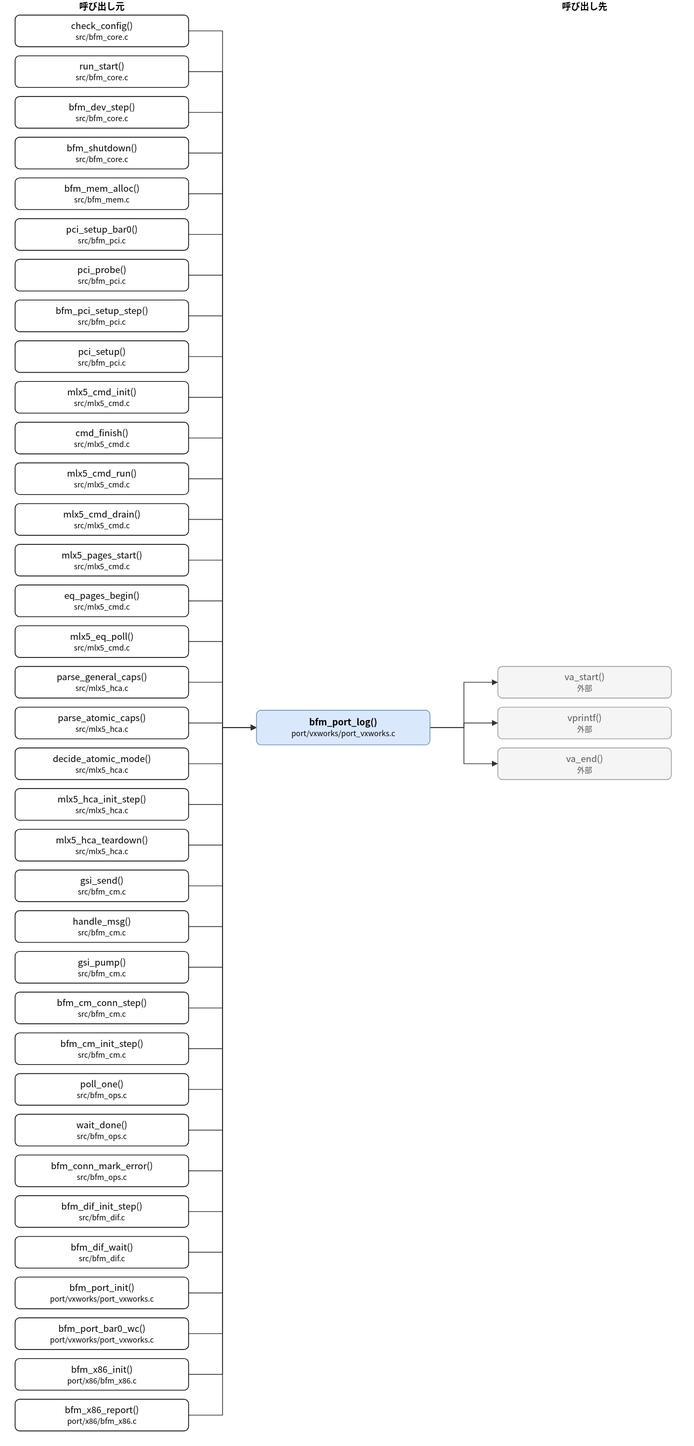
hf355051012-ai/bfmem keeps this draw.io diagram as doc/spec/images/call_port_vxworks_port_vxworks-bfm_port_log.drawio.svg. Above is the earlier version. Source tidied: cells renumbered, new cells last; positions are measured from the earlier drawing's top-left corner, leaving out a move shared by most shapes.
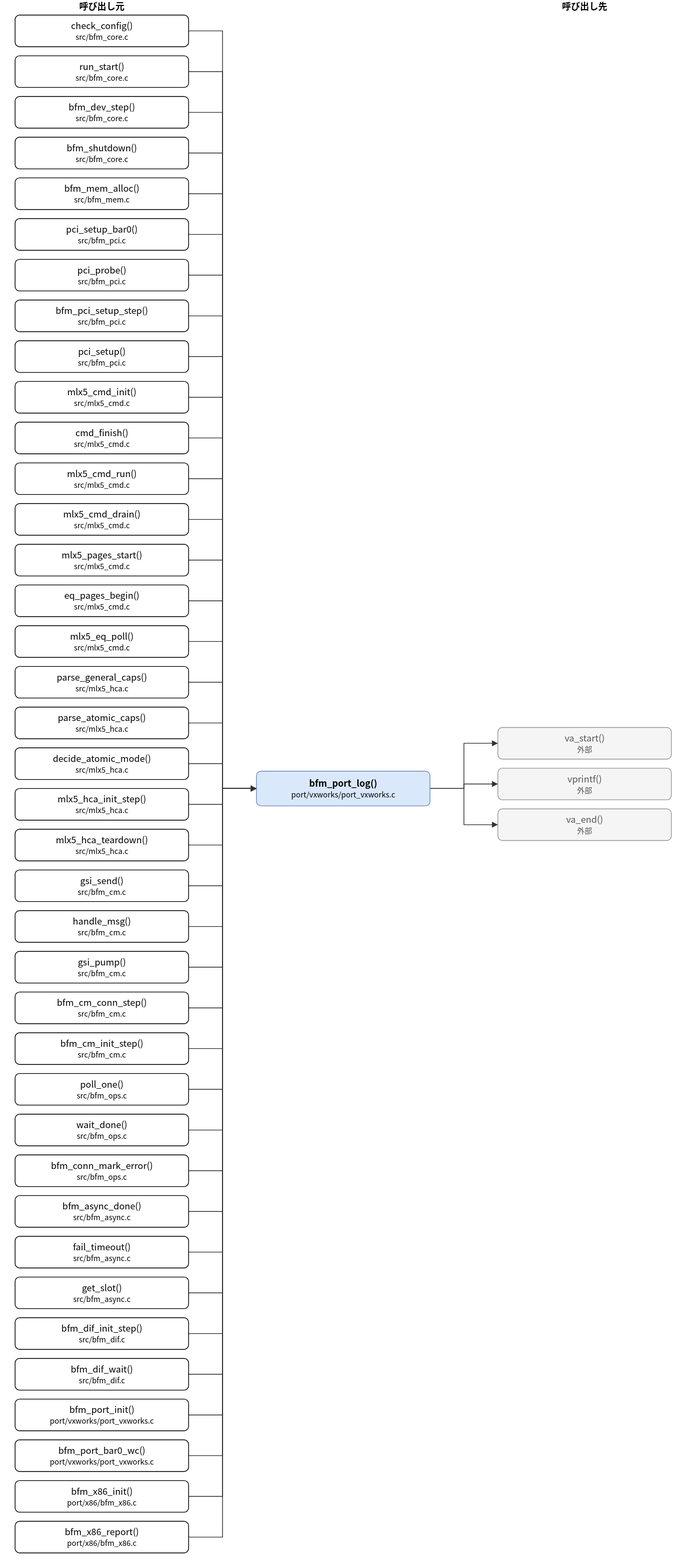
After the commit.

Diff of the diagram source:
```diff
@@ -3,7 +3,7 @@
     <mxCell id="0" />
     <mxCell id="1" parent="0" />
     <mxCell id="2" value="bfm_port_log()&lt;br&gt;&lt;font style=&quot;font-size:10px&quot;&gt;port/vxworks/port_vxworks.c&lt;/font&gt;" style="rounded=1;whiteSpace=wrap;html=1;fillColor=#dae8fc;strokeColor=#6c8ebf;fontStyle=1;" parent="1" vertex="1">
-      <mxGeometry x="320" y="942" width="230" height="46" as="geometry" />
+      <mxGeometry x="320" y="1023" width="230" height="46" as="geometry" />
     </mxCell>
     <mxCell id="3" value="check_config()&lt;br&gt;&lt;font style=&quot;font-size:10px&quot;&gt;src/bfm_core.c&lt;/font&gt;" style="rounded=1;whiteSpace=wrap;html=1;" parent="1" vertex="1">
       <mxGeometry y="20" width="230" height="42" as="geometry" />
@@ -92,38 +92,47 @@
     <mxCell id="31" value="bfm_conn_mark_error()&lt;br&gt;&lt;font style=&quot;font-size:10px&quot;&gt;src/bfm_ops.c&lt;/font&gt;" style="rounded=1;whiteSpace=wrap;html=1;" parent="1" vertex="1">
       <mxGeometry y="1532" width="230" height="42" as="geometry" />
     </mxCell>
-    <mxCell id="32" value="bfm_dif_init_step()&lt;br&gt;&lt;font style=&quot;font-size:10px&quot;&gt;src/bfm_dif.c&lt;/font&gt;" style="rounded=1;whiteSpace=wrap;html=1;" parent="1" vertex="1">
+    <mxCell id="32" value="bfm_async_done()&lt;br&gt;&lt;font style=&quot;font-size:10px&quot;&gt;src/bfm_async.c&lt;/font&gt;" style="rounded=1;whiteSpace=wrap;html=1;" parent="1" vertex="1">
       <mxGeometry y="1586" width="230" height="42" as="geometry" />
     </mxCell>
-    <mxCell id="33" value="bfm_dif_wait()&lt;br&gt;&lt;font style=&quot;font-size:10px&quot;&gt;src/bfm_dif.c&lt;/font&gt;" style="rounded=1;whiteSpace=wrap;html=1;" parent="1" vertex="1">
+    <mxCell id="33" value="fail_timeout()&lt;br&gt;&lt;font style=&quot;font-size:10px&quot;&gt;src/bfm_async.c&lt;/font&gt;" style="rounded=1;whiteSpace=wrap;html=1;" parent="1" vertex="1">
       <mxGeometry y="1640" width="230" height="42" as="geometry" />
     </mxCell>
-    <mxCell id="34" value="bfm_port_init()&lt;br&gt;&lt;font style=&quot;font-size:10px&quot;&gt;port/vxworks/port_vxworks.c&lt;/font&gt;" style="rounded=1;whiteSpace=wrap;html=1;" parent="1" vertex="1">
+    <mxCell id="34" value="get_slot()&lt;br&gt;&lt;font style=&quot;font-size:10px&quot;&gt;src/bfm_async.c&lt;/font&gt;" style="rounded=1;whiteSpace=wrap;html=1;" parent="1" vertex="1">
       <mxGeometry y="1694" width="230" height="42" as="geometry" />
     </mxCell>
-    <mxCell id="35" value="bfm_port_bar0_wc()&lt;br&gt;&lt;font style=&quot;font-size:10px&quot;&gt;port/vxworks/port_vxworks.c&lt;/font&gt;" style="rounded=1;whiteSpace=wrap;html=1;" parent="1" vertex="1">
+    <mxCell id="35" value="bfm_dif_init_step()&lt;br&gt;&lt;font style=&quot;font-size:10px&quot;&gt;src/bfm_dif.c&lt;/font&gt;" style="rounded=1;whiteSpace=wrap;html=1;" parent="1" vertex="1">
       <mxGeometry y="1748" width="230" height="42" as="geometry" />
     </mxCell>
-    <mxCell id="36" value="bfm_x86_init()&lt;br&gt;&lt;font style=&quot;font-size:10px&quot;&gt;port/x86/bfm_x86.c&lt;/font&gt;" style="rounded=1;whiteSpace=wrap;html=1;" parent="1" vertex="1">
+    <mxCell id="36" value="bfm_dif_wait()&lt;br&gt;&lt;font style=&quot;font-size:10px&quot;&gt;src/bfm_dif.c&lt;/font&gt;" style="rounded=1;whiteSpace=wrap;html=1;" parent="1" vertex="1">
       <mxGeometry y="1802" width="230" height="42" as="geometry" />
     </mxCell>
-    <mxCell id="37" value="bfm_x86_report()&lt;br&gt;&lt;font style=&quot;font-size:10px&quot;&gt;port/x86/bfm_x86.c&lt;/font&gt;" style="rounded=1;whiteSpace=wrap;html=1;" parent="1" vertex="1">
+    <mxCell id="37" value="bfm_port_init()&lt;br&gt;&lt;font style=&quot;font-size:10px&quot;&gt;port/vxworks/port_vxworks.c&lt;/font&gt;" style="rounded=1;whiteSpace=wrap;html=1;" parent="1" vertex="1">
       <mxGeometry y="1856" width="230" height="42" as="geometry" />
     </mxCell>
+    <mxCell id="81" value="bfm_port_bar0_wc()&lt;br&gt;&lt;font style=&quot;font-size:10px&quot;&gt;port/vxworks/port_vxworks.c&lt;/font&gt;" style="rounded=1;whiteSpace=wrap;html=1;" parent="1" vertex="1">
+      <mxGeometry y="1910" width="230" height="42" as="geometry" />
+    </mxCell>
+    <mxCell id="82" value="bfm_x86_init()&lt;br&gt;&lt;font style=&quot;font-size:10px&quot;&gt;port/x86/bfm_x86.c&lt;/font&gt;" style="rounded=1;whiteSpace=wrap;html=1;" parent="1" vertex="1">
+      <mxGeometry y="1964" width="230" height="42" as="geometry" />
+    </mxCell>
+    <mxCell id="83" value="bfm_x86_report()&lt;br&gt;&lt;font style=&quot;font-size:10px&quot;&gt;port/x86/bfm_x86.c&lt;/font&gt;" style="rounded=1;whiteSpace=wrap;html=1;" parent="1" vertex="1">
+      <mxGeometry y="2018" width="230" height="42" as="geometry" />
+    </mxCell>
     <mxCell id="38" value="va_start()&lt;br&gt;&lt;font style=&quot;font-size:10px&quot;&gt;外部&lt;/font&gt;" style="rounded=1;whiteSpace=wrap;html=1;fillColor=#f5f5f5;strokeColor=#999999;fontColor=#555555;" parent="1" vertex="1">
-      <mxGeometry x="640" y="884" width="230" height="42" as="geometry" />
+      <mxGeometry x="640" y="965" width="230" height="42" as="geometry" />
     </mxCell>
     <mxCell id="39" value="vprintf()&lt;br&gt;&lt;font style=&quot;font-size:10px&quot;&gt;外部&lt;/font&gt;" style="rounded=1;whiteSpace=wrap;html=1;fillColor=#f5f5f5;strokeColor=#999999;fontColor=#555555;" parent="1" vertex="1">
-      <mxGeometry x="640" y="938" width="230" height="42" as="geometry" />
+      <mxGeometry x="640" y="1019" width="230" height="42" as="geometry" />
     </mxCell>
     <mxCell id="40" value="va_end()&lt;br&gt;&lt;font style=&quot;font-size:10px&quot;&gt;外部&lt;/font&gt;" style="rounded=1;whiteSpace=wrap;html=1;fillColor=#f5f5f5;strokeColor=#999999;fontColor=#555555;" parent="1" vertex="1">
-      <mxGeometry x="640" y="992" width="230" height="42" as="geometry" />
+      <mxGeometry x="640" y="1073" width="230" height="42" as="geometry" />
     </mxCell>
     <mxCell id="41" style="edgeStyle=none;html=1;rounded=0;endArrow=block;endFill=1;exitX=1.0000;exitY=0.5000;exitDx=0;exitDy=0;exitPerimeter=0;entryX=0.0000;entryY=0.5000;entryDx=0;entryDy=0;entryPerimeter=0;" parent="1" edge="1" source="3" target="2">
       <mxGeometry relative="1" as="geometry">
         <Array as="points">
           <mxPoint x="275" y="41" />
-          <mxPoint x="275" y="965" />
+          <mxPoint x="275" y="1046" />
         </Array>
       </mxGeometry>
     </mxCell>
@@ -131,7 +140,7 @@
       <mxGeometry relative="1" as="geometry">
         <Array as="points">
           <mxPoint x="275" y="95" />
-          <mxPoint x="275" y="965" />
+          <mxPoint x="275" y="1046" />
         </Array>
       </mxGeometry>
     </mxCell>
@@ -139,7 +148,7 @@
       <mxGeometry relative="1" as="geometry">
         <Array as="points">
           <mxPoint x="275" y="149" />
-          <mxPoint x="275" y="965" />
+          <mxPoint x="275" y="1046" />
         </Array>
       </mxGeometry>
     </mxCell>
@@ -147,7 +156,7 @@
       <mxGeometry relative="1" as="geometry">
         <Array as="points">
           <mxPoint x="275" y="203" />
-          <mxPoint x="275" y="965" />
+          <mxPoint x="275" y="1046" />
         </Array>
       </mxGeometry>
     </mxCell>
@@ -155,7 +164,7 @@
       <mxGeometry relative="1" as="geometry">
         <Array as="points">
           <mxPoint x="275" y="257" />
-          <mxPoint x="275" y="965" />
+          <mxPoint x="275" y="1046" />
         </Array>
       </mxGeometry>
     </mxCell>
@@ -163,7 +172,7 @@
       <mxGeometry relative="1" as="geometry">
         <Array as="points">
           <mxPoint x="275" y="311" />
-          <mxPoint x="275" y="965" />
+          <mxPoint x="275" y="1046" />
         </Array>
       </mxGeometry>
     </mxCell>
@@ -171,7 +180,7 @@
       <mxGeometry relative="1" as="geometry">
         <Array as="points">
           <mxPoint x="275" y="365" />
-          <mxPoint x="275" y="965" />
+          <mxPoint x="275" y="1046" />
         </Array>
       </mxGeometry>
     </mxCell>
@@ -179,7 +188,7 @@
       <mxGeometry relative="1" as="geometry">
         <Array as="points">
           <mxPoint x="275" y="419" />
-          <mxPoint x="275" y="965" />
+          <mxPoint x="275" y="1046" />
         </Array>
       </mxGeometry>
     </mxCell>
@@ -187,7 +196,7 @@
       <mxGeometry relative="1" as="geometry">
         <Array as="points">
           <mxPoint x="275" y="473" />
-          <mxPoint x="275" y="965" />
+          <mxPoint x="275" y="1046" />
         </Array>
       </mxGeometry>
     </mxCell>
@@ -195,7 +204,7 @@
       <mxGeometry relative="1" as="geometry">
         <Array as="points">
           <mxPoint x="275" y="527" />
-          <mxPoint x="275" y="965" />
+          <mxPoint x="275" y="1046" />
         </Array>
       </mxGeometry>
     </mxCell>
@@ -203,7 +212,7 @@
       <mxGeometry relative="1" as="geometry">
         <Array as="points">
           <mxPoint x="275" y="581" />
-          <mxPoint x="275" y="965" />
+          <mxPoint x="275" y="1046" />
         </Array>
       </mxGeometry>
     </mxCell>
@@ -211,7 +220,7 @@
       <mxGeometry relative="1" as="geometry">
         <Array as="points">
           <mxPoint x="275" y="635" />
-          <mxPoint x="275" y="965" />
+          <mxPoint x="275" y="1046" />
         </Array>
       </mxGeometry>
     </mxCell>
@@ -219,7 +228,7 @@
       <mxGeometry relative="1" as="geometry">
         <Array as="points">
           <mxPoint x="275" y="689" />
-          <mxPoint x="275" y="965" />
+          <mxPoint x="275" y="1046" />
         </Array>
       </mxGeometry>
     </mxCell>
@@ -227,7 +236,7 @@
       <mxGeometry relative="1" as="geometry">
         <Array as="points">
           <mxPoint x="275" y="743" />
-          <mxPoint x="275" y="965" />
+          <mxPoint x="275" y="1046" />
         </Array>
       </mxGeometry>
     </mxCell>
@@ -235,7 +244,7 @@
       <mxGeometry relative="1" as="geometry">
         <Array as="points">
           <mxPoint x="275" y="797" />
-          <mxPoint x="275" y="965" />
+          <mxPoint x="275" y="1046" />
         </Array>
       </mxGeometry>
     </mxCell>
@@ -243,7 +252,7 @@
       <mxGeometry relative="1" as="geometry">
         <Array as="points">
           <mxPoint x="275" y="851" />
-          <mxPoint x="275" y="965" />
+          <mxPoint x="275" y="1046" />
         </Array>
       </mxGeometry>
     </mxCell>
@@ -251,7 +260,7 @@
       <mxGeometry relative="1" as="geometry">
         <Array as="points">
           <mxPoint x="275" y="905" />
-          <mxPoint x="275" y="965" />
+          <mxPoint x="275" y="1046" />
         </Array>
       </mxGeometry>
     </mxCell>
@@ -259,7 +268,7 @@
       <mxGeometry relative="1" as="geometry">
         <Array as="points">
           <mxPoint x="275" y="959" />
-          <mxPoint x="275" y="965" />
+          <mxPoint x="275" y="1046" />
         </Array>
       </mxGeometry>
     </mxCell>
@@ -267,7 +276,7 @@
       <mxGeometry relative="1" as="geometry">
         <Array as="points">
           <mxPoint x="275" y="1013" />
-          <mxPoint x="275" y="965" />
+          <mxPoint x="275" y="1046" />
         </Array>
       </mxGeometry>
     </mxCell>
@@ -275,7 +284,7 @@
       <mxGeometry relative="1" as="geometry">
         <Array as="points">
           <mxPoint x="275" y="1067" />
-          <mxPoint x="275" y="965" />
+          <mxPoint x="275" y="1046" />
         </Array>
       </mxGeometry>
     </mxCell>
@@ -283,7 +292,7 @@
       <mxGeometry relative="1" as="geometry">
         <Array as="points">
           <mxPoint x="275" y="1121" />
-          <mxPoint x="275" y="965" />
+          <mxPoint x="275" y="1046" />
         </Array>
       </mxGeometry>
     </mxCell>
@@ -291,7 +300,7 @@
       <mxGeometry relative="1" as="geometry">
         <Array as="points">
           <mxPoint x="275" y="1175" />
-          <mxPoint x="275" y="965" />
+          <mxPoint x="275" y="1046" />
         </Array>
       </mxGeometry>
     </mxCell>
@@ -299,7 +308,7 @@
       <mxGeometry relative="1" as="geometry">
         <Array as="points">
           <mxPoint x="275" y="1229" />
-          <mxPoint x="275" y="965" />
+          <mxPoint x="275" y="1046" />
         </Array>
       </mxGeometry>
     </mxCell>
@@ -307,7 +316,7 @@
       <mxGeometry relative="1" as="geometry">
         <Array as="points">
           <mxPoint x="275" y="1283" />
-          <mxPoint x="275" y="965" />
+          <mxPoint x="275" y="1046" />
         </Array>
       </mxGeometry>
     </mxCell>
@@ -315,7 +324,7 @@
       <mxGeometry relative="1" as="geometry">
         <Array as="points">
           <mxPoint x="275" y="1337" />
-          <mxPoint x="275" y="965" />
+          <mxPoint x="275" y="1046" />
         </Array>
       </mxGeometry>
     </mxCell>
@@ -323,7 +332,7 @@
       <mxGeometry relative="1" as="geometry">
         <Array as="points">
           <mxPoint x="275" y="1391" />
-          <mxPoint x="275" y="965" />
+          <mxPoint x="275" y="1046" />
         </Array>
       </mxGeometry>
     </mxCell>
@@ -331,7 +340,7 @@
       <mxGeometry relative="1" as="geometry">
         <Array as="points">
           <mxPoint x="275" y="1445" />
-          <mxPoint x="275" y="965" />
+          <mxPoint x="275" y="1046" />
         </Array>
       </mxGeometry>
     </mxCell>
@@ -339,7 +348,7 @@
       <mxGeometry relative="1" as="geometry">
         <Array as="points">
           <mxPoint x="275" y="1499" />
-          <mxPoint x="275" y="965" />
+          <mxPoint x="275" y="1046" />
         </Array>
       </mxGeometry>
     </mxCell>
@@ -347,7 +356,7 @@
       <mxGeometry relative="1" as="geometry">
         <Array as="points">
           <mxPoint x="275" y="1553" />
-          <mxPoint x="275" y="965" />
+          <mxPoint x="275" y="1046" />
         </Array>
       </mxGeometry>
     </mxCell>
@@ -355,7 +364,7 @@
       <mxGeometry relative="1" as="geometry">
         <Array as="points">
           <mxPoint x="275" y="1607" />
-          <mxPoint x="275" y="965" />
+          <mxPoint x="275" y="1046" />
         </Array>
       </mxGeometry>
     </mxCell>
@@ -363,7 +372,7 @@
       <mxGeometry relative="1" as="geometry">
         <Array as="points">
           <mxPoint x="275" y="1661" />
-          <mxPoint x="275" y="965" />
+          <mxPoint x="275" y="1046" />
         </Array>
       </mxGeometry>
     </mxCell>
@@ -371,7 +380,7 @@
       <mxGeometry relative="1" as="geometry">
         <Array as="points">
           <mxPoint x="275" y="1715" />
-          <mxPoint x="275" y="965" />
+          <mxPoint x="275" y="1046" />
         </Array>
       </mxGeometry>
     </mxCell>
@@ -379,7 +388,7 @@
       <mxGeometry relative="1" as="geometry">
         <Array as="points">
           <mxPoint x="275" y="1769" />
-          <mxPoint x="275" y="965" />
+          <mxPoint x="275" y="1046" />
         </Array>
       </mxGeometry>
     </mxCell>
@@ -387,7 +396,7 @@
       <mxGeometry relative="1" as="geometry">
         <Array as="points">
           <mxPoint x="275" y="1823" />
-          <mxPoint x="275" y="965" />
+          <mxPoint x="275" y="1046" />
         </Array>
       </mxGeometry>
     </mxCell>
@@ -395,34 +404,58 @@
       <mxGeometry relative="1" as="geometry">
         <Array as="points">
           <mxPoint x="275" y="1877" />
-          <mxPoint x="275" y="965" />
+          <mxPoint x="275" y="1046" />
         </Array>
       </mxGeometry>
     </mxCell>
-    <mxCell id="76" style="edgeStyle=none;html=1;rounded=0;endArrow=block;endFill=1;exitX=1.0000;exitY=0.5000;exitDx=0;exitDy=0;exitPerimeter=0;entryX=0.0000;entryY=0.5000;entryDx=0;entryDy=0;entryPerimeter=0;" parent="1" edge="1" source="2" target="38">
+    <mxCell id="76" style="edgeStyle=none;html=1;rounded=0;endArrow=block;endFill=1;exitX=1.0000;exitY=0.5000;exitDx=0;exitDy=0;exitPerimeter=0;entryX=0.0000;entryY=0.5000;entryDx=0;entryDy=0;entryPerimeter=0;" parent="1" edge="1" source="81" target="2">
       <mxGeometry relative="1" as="geometry">
         <Array as="points">
-          <mxPoint x="595" y="965" />
-          <mxPoint x="595" y="905" />
+          <mxPoint x="275" y="1931" />
+          <mxPoint x="275" y="1046" />
         </Array>
       </mxGeometry>
     </mxCell>
-    <mxCell id="77" style="edgeStyle=none;html=1;rounded=0;endArrow=block;endFill=1;exitX=1.0000;exitY=0.5000;exitDx=0;exitDy=0;exitPerimeter=0;entryX=0.0000;entryY=0.5000;entryDx=0;entryDy=0;entryPerimeter=0;" parent="1" edge="1" source="2" target="39">
+    <mxCell id="77" style="edgeStyle=none;html=1;rounded=0;endArrow=block;endFill=1;exitX=1.0000;exitY=0.5000;exitDx=0;exitDy=0;exitPerimeter=0;entryX=0.0000;entryY=0.5000;entryDx=0;entryDy=0;entryPerimeter=0;" parent="1" edge="1" source="82" target="2">
       <mxGeometry relative="1" as="geometry">
         <Array as="points">
-          <mxPoint x="595" y="965" />
-          <mxPoint x="595" y="959" />
+          <mxPoint x="275" y="1985" />
+          <mxPoint x="275" y="1046" />
         </Array>
       </mxGeometry>
     </mxCell>
-    <mxCell id="78" style="edgeStyle=none;html=1;rounded=0;endArrow=block;endFill=1;exitX=1.0000;exitY=0.5000;exitDx=0;exitDy=0;exitPerimeter=0;entryX=0.0000;entryY=0.5000;entryDx=0;entryDy=0;entryPerimeter=0;" parent="1" edge="1" source="2" target="40">
+    <mxCell id="78" style="edgeStyle=none;html=1;rounded=0;endArrow=block;endFill=1;exitX=1.0000;exitY=0.5000;exitDx=0;exitDy=0;exitPerimeter=0;entryX=0.0000;entryY=0.5000;entryDx=0;entryDy=0;entryPerimeter=0;" parent="1" edge="1" source="83" target="2">
       <mxGeometry relative="1" as="geometry">
         <Array as="points">
-          <mxPoint x="595" y="965" />
-          <mxPoint x="595" y="1013" />
+          <mxPoint x="275" y="2039" />
+          <mxPoint x="275" y="1046" />
         </Array>
       </mxGeometry>
     </mxCell>
+    <mxCell id="84" style="edgeStyle=none;html=1;rounded=0;endArrow=block;endFill=1;exitX=1.0000;exitY=0.5000;exitDx=0;exitDy=0;exitPerimeter=0;entryX=0.0000;entryY=0.5000;entryDx=0;entryDy=0;entryPerimeter=0;" parent="1" edge="1" source="2" target="38">
+      <mxGeometry relative="1" as="geometry">
+        <Array as="points">
+          <mxPoint x="595" y="1046" />
+          <mxPoint x="595" y="986" />
+        </Array>
+      </mxGeometry>
+    </mxCell>
+    <mxCell id="85" style="edgeStyle=none;html=1;rounded=0;endArrow=block;endFill=1;exitX=1.0000;exitY=0.5000;exitDx=0;exitDy=0;exitPerimeter=0;entryX=0.0000;entryY=0.5000;entryDx=0;entryDy=0;entryPerimeter=0;" parent="1" edge="1" source="2" target="39">
+      <mxGeometry relative="1" as="geometry">
+        <Array as="points">
+          <mxPoint x="595" y="1046" />
+          <mxPoint x="595" y="1040" />
+        </Array>
+      </mxGeometry>
+    </mxCell>
+    <mxCell id="86" style="edgeStyle=none;html=1;rounded=0;endArrow=block;endFill=1;exitX=1.0000;exitY=0.5000;exitDx=0;exitDy=0;exitPerimeter=0;entryX=0.0000;entryY=0.5000;entryDx=0;entryDy=0;entryPerimeter=0;" parent="1" edge="1" source="2" target="40">
+      <mxGeometry relative="1" as="geometry">
+        <Array as="points">
+          <mxPoint x="595" y="1046" />
+          <mxPoint x="595" y="1094" />
+        </Array>
+      </mxGeometry>
+    </mxCell>
     <mxCell id="79" value="呼び出し元" style="text;html=1;align=center;fontStyle=1;" parent="1" vertex="1">
       <mxGeometry x="35" width="160" height="18" as="geometry" />
     </mxCell>
```
